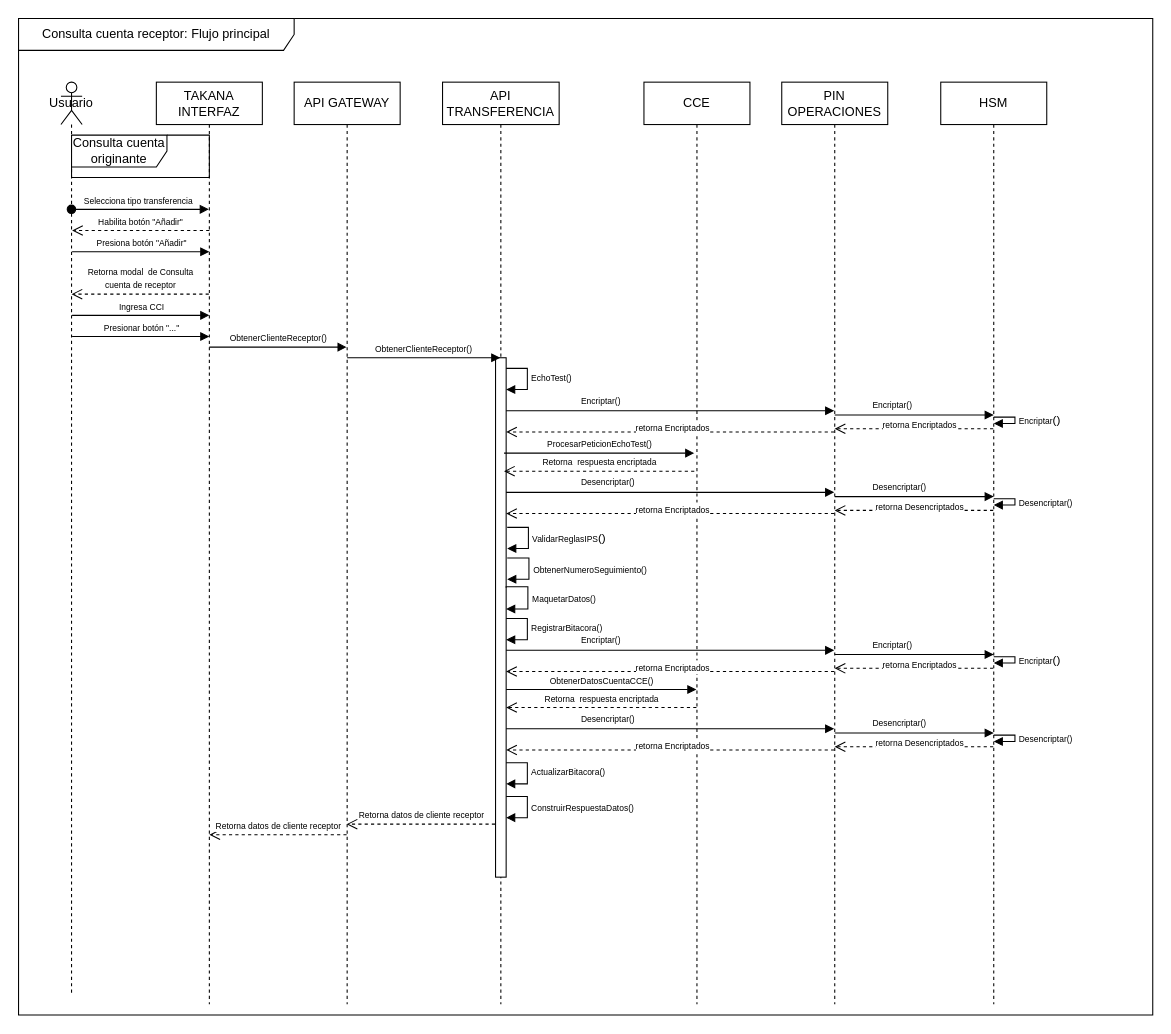
The draw.io diagram page "D.S. Consulta cuenta Receptor" (2 of 4) of Transferencias inmediatas.drawio in Richard-MJ/CMACT, before the edit. Source tidied: cells renumbered, new cells numbered last; positions are measured from the earlier drawing's top-left corner, leaving out a move shared by most shapes. Both pictures are drawn from the tidied source at 106%, with x=0, y=0 at pixel (18, 18).
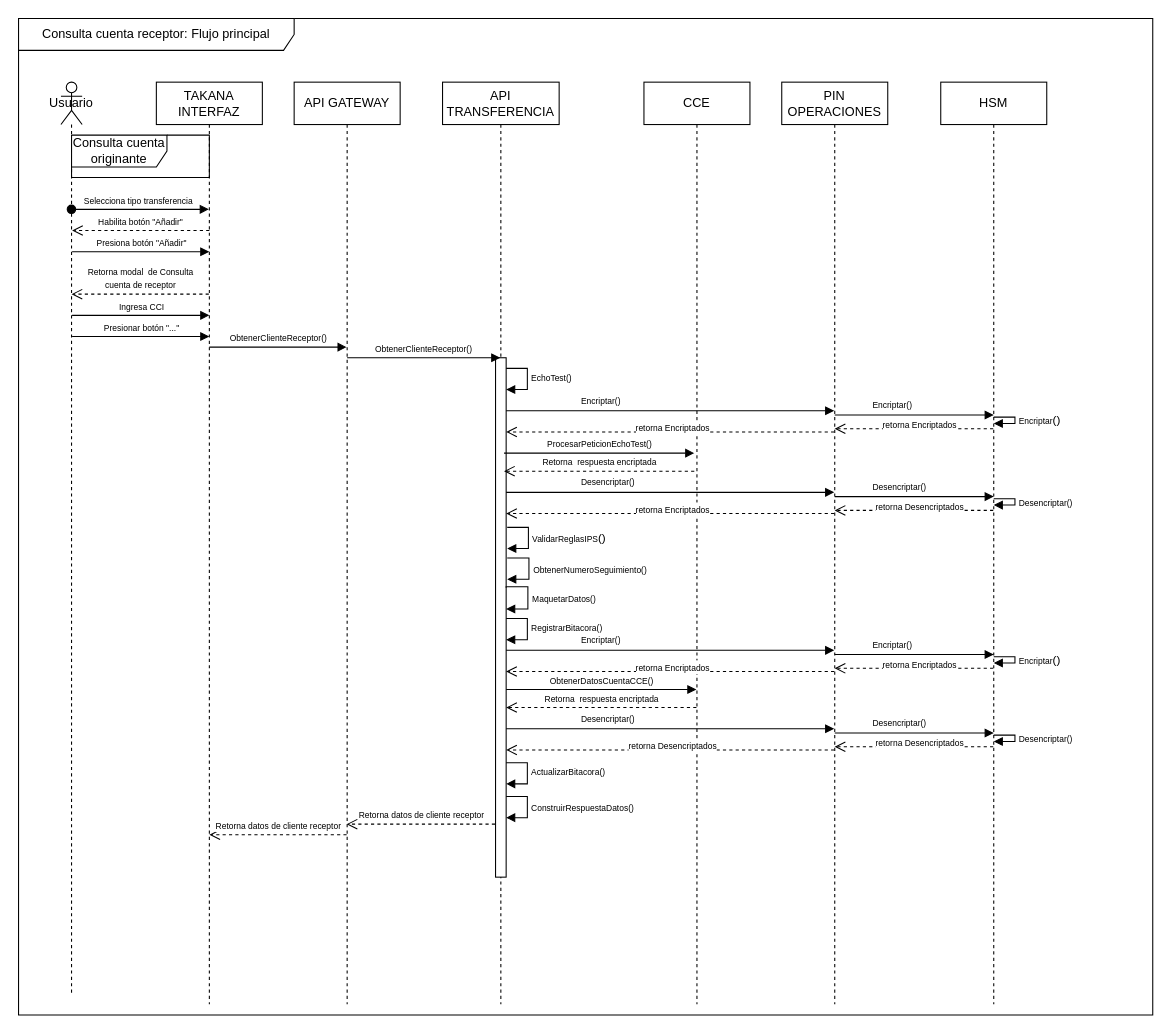
The same diagram, later.

Unchanged cells that the change refers to:
```xml
<mxCell id="53" style="html=1;verticalAlign=bottom;endArrow=open;dashed=1;endSize=8;curved=0;rounded=0;" parent="1" edge="1">
  <mxGeometry relative="1" as="geometry">
    <mxPoint x="769.5" y="690" as="sourcePoint" />
    <mxPoint x="460" y="690" as="targetPoint" />
  </mxGeometry>
</mxCell>
```

Change to the diagram source:
```diff
@@
-    <mxCell id="54" value="&lt;font style=&quot;font-size: 8px;&quot;&gt;retorna Encriptados&lt;/font&gt;" style="edgeLabel;html=1;align=center;verticalAlign=middle;" parent="53" vertex="1">
+    <mxCell id="54" value="&lt;span style=&quot;font-size: 8px;&quot;&gt;retorna Desencriptados&lt;/span&gt;" style="edgeLabel;html=1;align=center;verticalAlign=middle;" parent="53" vertex="1">
       <mxGeometry x="0.04" y="-5" relative="1" as="geometry">
         <mxPoint x="8" as="offset" />
       </mxGeometry>
     </mxCell>
```
